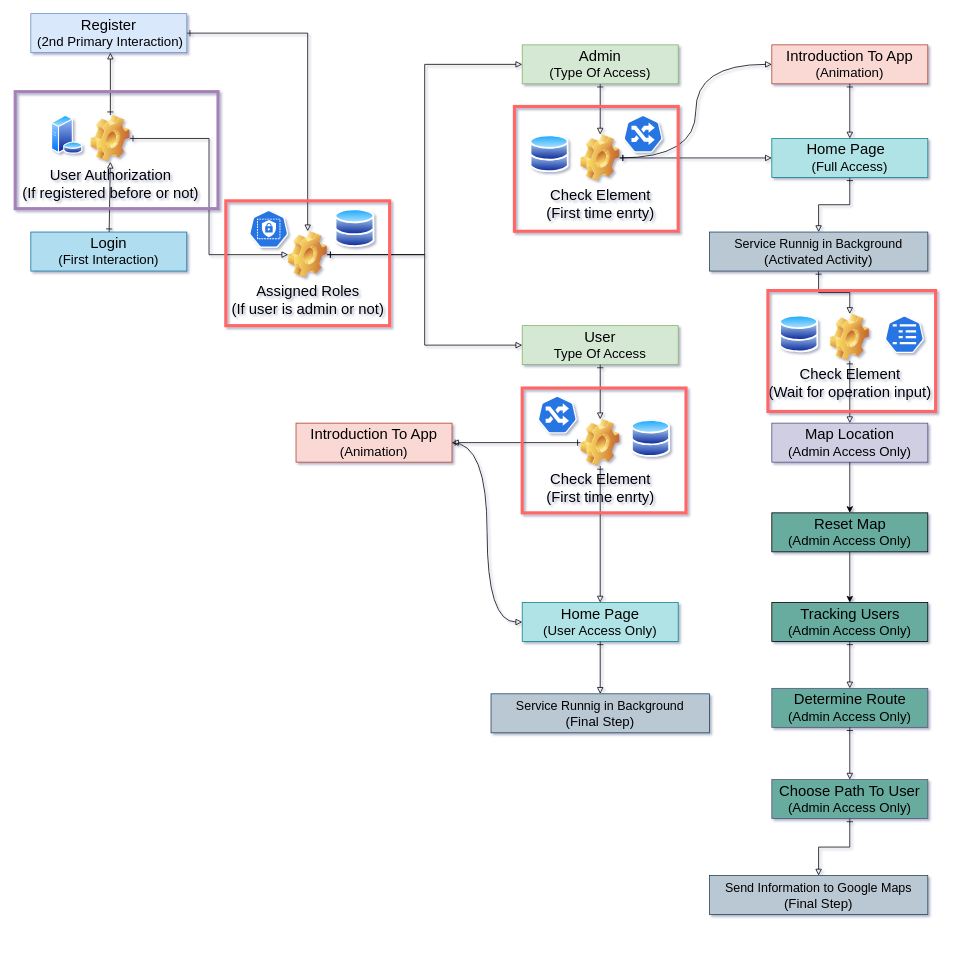
George2G/Diagram_Diploma keeps this draw.io diagram as Untitled Diagram.drawio. Above is the earlier version. Source tidied: cells renumbered, new cells numbered last; positions are measured from the earlier drawing's top-left corner, leaving out a move shared by most shapes. Both pictures are drawn from the tidied source at 78%, with x=0, y=0 at pixel (15, 13).
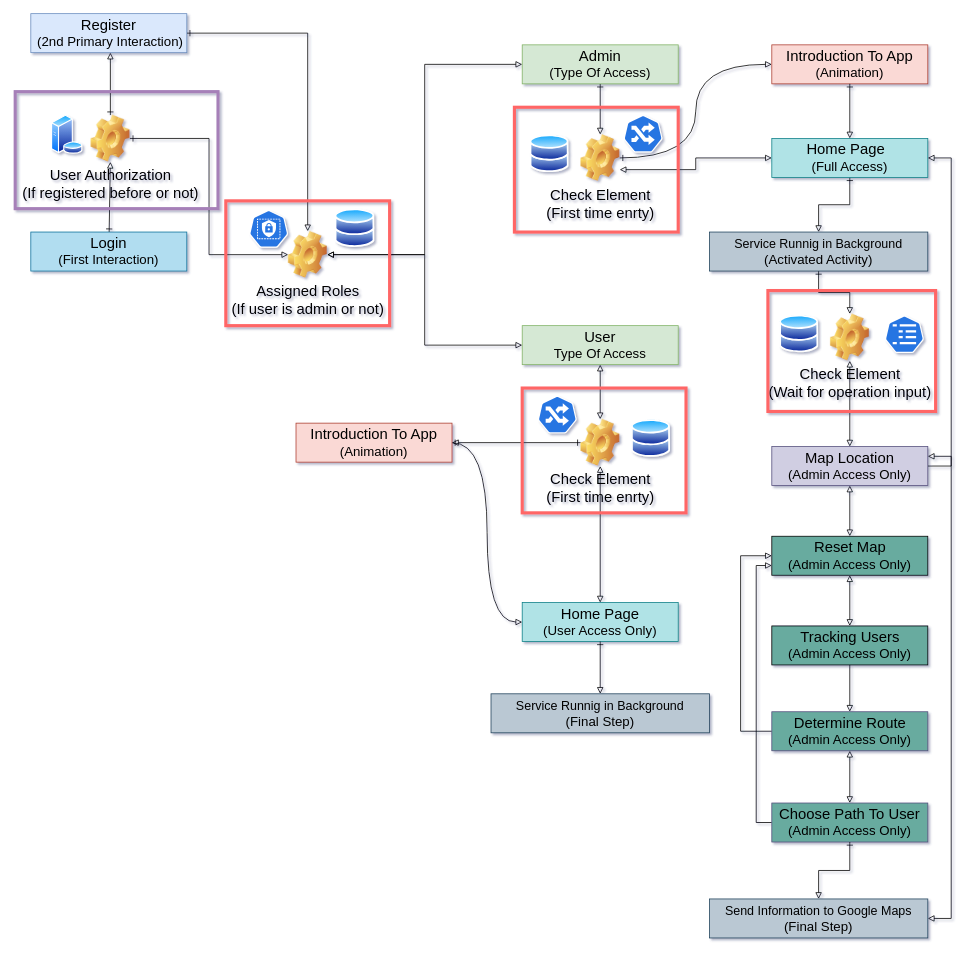
The same diagram, later.

Unchanged cells that the change refers to:
```xml
<mxCell id="14" style="rounded=0;whiteSpace=wrap;html=1;fillColor=#b0e3e6;strokeColor=#0e8088;" parent="1" vertex="1">
  <mxGeometry x="970" y="160" width="200" height="50" as="geometry" />
</mxCell>
<mxCell id="17" style="rounded=0;whiteSpace=wrap;html=1;fillColor=#d5e8d4;strokeColor=#82b366;" parent="1" vertex="1">
  <mxGeometry x="650" y="400" width="200" height="50" as="geometry" />
</mxCell>
<mxCell id="20" value="&lt;font style=&quot;font-size: 17px&quot;&gt;Type Of Access&lt;/font&gt;" style="text;html=1;strokeColor=none;fillColor=none;align=center;verticalAlign=middle;whiteSpace=wrap;rounded=0;fontSize=20;" parent="1" vertex="1">
  <mxGeometry x="670" y="420" width="160" height="30" as="geometry" />
</mxCell>
<mxCell id="22" style="rounded=0;whiteSpace=wrap;html=1;fillColor=#d5e8d4;strokeColor=#82b366;" parent="1" vertex="1">
  <mxGeometry x="650" y="40" width="200" height="50" as="geometry" />
</mxCell>
<mxCell id="27" value="Assigned Roles&lt;br&gt;(If user is admin or not)" style="shape=image;html=1;verticalLabelPosition=bottom;verticalAlign=top;imageAspect=0;image=img/clipart/Gear_128x128.png;fontSize=19;gradientColor=none;" parent="1" vertex="1">
  <mxGeometry x="350" y="279" width="50" height="60" as="geometry" />
</mxCell>
<mxCell id="28" style="rounded=0;whiteSpace=wrap;html=1;fillColor=#b0e3e6;strokeColor=#0e8088;" parent="1" vertex="1">
  <mxGeometry x="650" y="755" width="200" height="50" as="geometry" />
</mxCell>
<mxCell id="37" value="Check Element&lt;br&gt;(Wait for operation input)" style="shape=image;html=1;verticalLabelPosition=bottom;verticalAlign=top;imageAspect=0;image=img/clipart/Gear_128x128.png;fontSize=19;gradientColor=none;" parent="1" vertex="1">
  <mxGeometry x="1045" y="385" width="50" height="60" as="geometry" />
</mxCell>
<mxCell id="62" value="Check Element&lt;br&gt;(First time enrty)" style="shape=image;html=1;verticalLabelPosition=bottom;verticalAlign=top;imageAspect=0;image=img/clipart/Gear_128x128.png;fontSize=19;gradientColor=none;" parent="1" vertex="1">
  <mxGeometry x="725" y="520" width="50" height="60" as="geometry" />
</mxCell>
<mxCell id="69" value="Check Element&lt;br&gt;(First time enrty)" style="shape=image;html=1;verticalLabelPosition=bottom;verticalAlign=top;imageAspect=0;image=img/clipart/Gear_128x128.png;fontSize=19;gradientColor=none;" parent="1" vertex="1">
  <mxGeometry x="725" y="155" width="50" height="60" as="geometry" />
</mxCell>
```

The edit, as a diff of the source:
```diff
@@
+    <mxCell id="92" style="rounded=0;jettySize=auto;html=1;exitX=0;exitY=0.5;exitDx=0;exitDy=0;entryX=1;entryY=0.75;entryDx=0;entryDy=0;startArrow=block;startFill=0;endArrow=block;endFill=0;edgeStyle=orthogonalEdgeStyle;" parent="1" edge="1" source="14" target="69">
+      <mxGeometry relative="1" as="geometry" />
+    </mxCell>
@@
-    <mxCell id="19" style="rounded=0;jettySize=auto;html=1;entryX=0.5;entryY=0;entryDx=0;entryDy=0;fontSize=16;startArrow=ERone;startFill=0;endArrow=block;endFill=0;" parent="1" edge="1" source="20" target="62">
+    <mxCell id="19" style="rounded=0;jettySize=auto;html=1;entryX=0.5;entryY=0;entryDx=0;entryDy=0;fontSize=16;startArrow=block;startFill=0;endArrow=block;endFill=0;" parent="1" edge="1" source="20" target="62">
       <mxGeometry relative="1" as="geometry" />
     </mxCell>
@@
-    <mxCell id="25" style="edgeStyle=orthogonalEdgeStyle;rounded=0;jettySize=auto;html=1;entryX=0;entryY=0.5;entryDx=0;entryDy=0;fontSize=16;startArrow=ERone;startFill=0;endArrow=block;endFill=0;" parent="1" edge="1" source="27" target="22">
+    <mxCell id="25" style="edgeStyle=orthogonalEdgeStyle;rounded=0;jettySize=auto;html=1;entryX=0;entryY=0.5;entryDx=0;entryDy=0;fontSize=16;startArrow=block;startFill=0;endArrow=block;endFill=0;" parent="1" edge="1" source="27" target="22">
       <mxGeometry relative="1" as="geometry" />
     </mxCell>
-    <mxCell id="26" style="edgeStyle=orthogonalEdgeStyle;rounded=0;jettySize=auto;html=1;entryX=0;entryY=0.5;entryDx=0;entryDy=0;fontSize=16;startArrow=ERone;startFill=0;endArrow=block;endFill=0;" parent="1" edge="1" source="27" target="17">
+    <mxCell id="26" style="edgeStyle=orthogonalEdgeStyle;rounded=0;jettySize=auto;html=1;entryX=0;entryY=0.5;entryDx=0;entryDy=0;fontSize=16;startArrow=block;startFill=0;endArrow=block;endFill=0;" parent="1" edge="1" source="27" target="17">
       <mxGeometry relative="1" as="geometry" />
     </mxCell>
@@
+    <mxCell id="93" style="edgeStyle=entityRelationEdgeStyle;rounded=0;jettySize=auto;html=1;startArrow=none;startFill=0;elbow=vertical;endArrow=block;endFill=0;" parent="1" edge="1" source="32" target="14">
+      <mxGeometry relative="1" as="geometry" />
+    </mxCell>
     <mxCell id="32" style="rounded=0;whiteSpace=wrap;html=1;fillColor=#d0cee2;strokeColor=#56517e;" parent="1" vertex="1">
-      <mxGeometry x="970" y="525" width="200" height="50" as="geometry" />
+      <mxGeometry x="970" y="555" width="200" height="50" as="geometry" />
     </mxCell>
     <mxCell id="33" value="&lt;span style=&quot;font-size: 19px&quot;&gt;Map Location&lt;/span&gt;" style="text;html=1;strokeColor=none;fillColor=none;align=center;verticalAlign=middle;whiteSpace=wrap;rounded=0;" parent="1" vertex="1">
-      <mxGeometry x="1005" y="525" width="130" height="30" as="geometry" />
+      <mxGeometry x="1005" y="555" width="130" height="30" as="geometry" />
     </mxCell>
-    <mxCell id="34" style="rounded=0;jettySize=auto;html=1;" parent="1" edge="1" source="35" target="88">
+    <mxCell id="34" style="rounded=0;jettySize=auto;html=1;startArrow=block;startFill=0;endArrow=block;endFill=0;" parent="1" edge="1" source="35" target="88">
       <mxGeometry relative="1" as="geometry" />
     </mxCell>
     <mxCell id="35" value="&lt;font style=&quot;font-size: 17px&quot;&gt;(Admin Access Only)&lt;/font&gt;" style="text;html=1;strokeColor=none;fillColor=none;align=center;verticalAlign=middle;whiteSpace=wrap;rounded=0;fontSize=20;" parent="1" vertex="1">
-      <mxGeometry x="985" y="545" width="170" height="30" as="geometry" />
+      <mxGeometry x="985" y="575" width="170" height="30" as="geometry" />
     </mxCell>
-    <mxCell id="36" style="edgeStyle=none;rounded=0;jettySize=auto;html=1;fontSize=16;startArrow=ERone;startFill=0;endArrow=block;endFill=0;" parent="1" edge="1" source="37" target="32">
+    <mxCell id="36" style="edgeStyle=none;rounded=0;jettySize=auto;html=1;fontSize=16;startArrow=block;startFill=0;endArrow=block;endFill=0;" parent="1" edge="1" source="37" target="32">
       <mxGeometry relative="1" as="geometry" />
     </mxCell>
@@
     <mxCell id="41" style="rounded=0;whiteSpace=wrap;html=1;fillColor=#67AB9F;strokeColor=#000000;gradientColor=none;" parent="1" vertex="1">
-      <mxGeometry x="970" y="755" width="200" height="50" as="geometry" />
+      <mxGeometry x="970" y="785" width="200" height="50" as="geometry" />
     </mxCell>
     <mxCell id="42" value="&lt;span style=&quot;font-size: 19px&quot;&gt;Tracking Users&lt;/span&gt;" style="text;html=1;strokeColor=none;fillColor=none;align=center;verticalAlign=middle;whiteSpace=wrap;rounded=0;" parent="1" vertex="1">
-      <mxGeometry x="997.5" y="755" width="145" height="30" as="geometry" />
+      <mxGeometry x="997.5" y="785" width="145" height="30" as="geometry" />
     </mxCell>
-    <mxCell id="43" style="edgeStyle=none;rounded=0;jettySize=auto;html=1;fontSize=16;startArrow=ERone;startFill=0;endArrow=block;endFill=0;" parent="1" edge="1" source="44" target="45">
+    <mxCell id="43" style="edgeStyle=none;rounded=0;jettySize=auto;html=1;fontSize=16;startArrow=none;startFill=0;endArrow=block;endFill=0;" parent="1" edge="1" source="44" target="45">
       <mxGeometry relative="1" as="geometry" />
     </mxCell>
     <mxCell id="44" value="&lt;font style=&quot;font-size: 17px&quot;&gt;(Admin Access Only)&lt;/font&gt;" style="text;html=1;strokeColor=none;fillColor=none;align=center;verticalAlign=middle;whiteSpace=wrap;rounded=0;fontSize=20;" parent="1" vertex="1">
-      <mxGeometry x="985" y="775" width="170" height="30" as="geometry" />
+      <mxGeometry x="985" y="805" width="170" height="30" as="geometry" />
     </mxCell>
+    <mxCell id="94" style="edgeStyle=elbowEdgeStyle;rounded=0;jettySize=auto;html=1;entryX=0;entryY=0.5;entryDx=0;entryDy=0;startArrow=none;startFill=0;endArrow=block;endFill=0;" parent="1" edge="1" source="45" target="88">
+      <mxGeometry relative="1" as="geometry">
+        <Array as="points">
+          <mxPoint x="930" y="795" />
+        </Array>
+      </mxGeometry>
+    </mxCell>
     <mxCell id="45" style="rounded=0;whiteSpace=wrap;html=1;fillColor=#67AB9F;strokeColor=#56517e;" parent="1" vertex="1">
-      <mxGeometry x="970" y="865" width="200" height="50" as="geometry" />
+      <mxGeometry x="970" y="895" width="200" height="50" as="geometry" />
     </mxCell>
     <mxCell id="46" value="&lt;span style=&quot;font-size: 19px&quot;&gt;Determine Route&lt;/span&gt;" style="text;html=1;strokeColor=none;fillColor=none;align=center;verticalAlign=middle;whiteSpace=wrap;rounded=0;" parent="1" vertex="1">
-      <mxGeometry x="993.8" y="865" width="152.5" height="30" as="geometry" />
+      <mxGeometry x="993.8" y="895" width="152.5" height="30" as="geometry" />
     </mxCell>
-    <mxCell id="47" style="edgeStyle=none;rounded=0;jettySize=auto;html=1;fontSize=16;startArrow=ERone;startFill=0;endArrow=block;endFill=0;" parent="1" edge="1" source="48" target="49">
+    <mxCell id="47" style="edgeStyle=none;rounded=0;jettySize=auto;html=1;fontSize=16;startArrow=block;startFill=0;endArrow=block;endFill=0;" parent="1" edge="1" source="48" target="49">
       <mxGeometry relative="1" as="geometry" />
     </mxCell>
     <mxCell id="48" value="&lt;font style=&quot;font-size: 17px&quot;&gt;(Admin Access Only)&lt;/font&gt;" style="text;html=1;strokeColor=none;fillColor=none;align=center;verticalAlign=middle;whiteSpace=wrap;rounded=0;fontSize=20;" parent="1" vertex="1">
-      <mxGeometry x="985" y="885" width="170" height="30" as="geometry" />
+      <mxGeometry x="985" y="915" width="170" height="30" as="geometry" />
     </mxCell>
+    <mxCell id="95" style="edgeStyle=elbowEdgeStyle;rounded=0;jettySize=auto;html=1;entryX=0;entryY=0.75;entryDx=0;entryDy=0;startArrow=none;startFill=0;endArrow=block;endFill=0;" parent="1" edge="1" source="49" target="88">
+      <mxGeometry relative="1" as="geometry">
+        <Array as="points">
+          <mxPoint x="950" y="870" />
+        </Array>
+      </mxGeometry>
+    </mxCell>
     <mxCell id="49" style="rounded=0;whiteSpace=wrap;html=1;fillColor=#67AB9F;strokeColor=#56517e;" parent="1" vertex="1">
-      <mxGeometry x="970" y="982" width="200" height="50" as="geometry" />
+      <mxGeometry x="970" y="1012" width="200" height="50" as="geometry" />
     </mxCell>
     <mxCell id="50" value="&lt;span style=&quot;font-size: 19px&quot;&gt;Choose Path To User&lt;/span&gt;" style="text;html=1;strokeColor=none;fillColor=none;align=center;verticalAlign=middle;whiteSpace=wrap;rounded=0;" parent="1" vertex="1">
-      <mxGeometry x="975" y="982" width="190" height="30" as="geometry" />
+      <mxGeometry x="975" y="1012" width="190" height="30" as="geometry" />
     </mxCell>
@@
     <mxCell id="52" value="&lt;font style=&quot;font-size: 17px&quot;&gt;(Admin Access Only)&lt;/font&gt;" style="text;html=1;strokeColor=none;fillColor=none;align=center;verticalAlign=middle;whiteSpace=wrap;rounded=0;fontSize=20;" parent="1" vertex="1">
-      <mxGeometry x="985" y="1002" width="170" height="30" as="geometry" />
+      <mxGeometry x="985" y="1032" width="170" height="30" as="geometry" />
     </mxCell>
+    <mxCell id="96" style="edgeStyle=entityRelationEdgeStyle;rounded=0;jettySize=auto;html=1;entryX=1;entryY=0.25;entryDx=0;entryDy=0;elbow=vertical;startArrow=block;startFill=0;endArrow=block;endFill=0;" parent="1" edge="1" source="53" target="32">
+      <mxGeometry relative="1" as="geometry" />
+    </mxCell>
     <mxCell id="53" style="rounded=0;whiteSpace=wrap;html=1;fillColor=#bac8d3;strokeColor=#23445d;" parent="1" vertex="1">
-      <mxGeometry x="890" y="1105" width="280" height="50" as="geometry" />
+      <mxGeometry x="890" y="1135" width="280" height="50" as="geometry" />
     </mxCell>
     <mxCell id="54" value="&lt;font style=&quot;font-size: 16px&quot;&gt;Send Information to Google Maps&lt;/font&gt;" style="text;html=1;strokeColor=none;fillColor=none;align=center;verticalAlign=middle;whiteSpace=wrap;rounded=0;" parent="1" vertex="1">
-      <mxGeometry x="900" y="1105" width="260" height="30" as="geometry" />
+      <mxGeometry x="900" y="1135" width="260" height="30" as="geometry" />
     </mxCell>
     <mxCell id="55" value="&lt;font style=&quot;font-size: 17px&quot;&gt;(Final Step)&lt;/font&gt;" style="text;html=1;strokeColor=none;fillColor=none;align=center;verticalAlign=middle;whiteSpace=wrap;rounded=0;fontSize=20;" parent="1" vertex="1">
-      <mxGeometry x="950" y="1125" width="160" height="30" as="geometry" />
+      <mxGeometry x="950" y="1155" width="160" height="30" as="geometry" />
     </mxCell>
@@
-    <mxCell id="61" style="rounded=0;jettySize=auto;html=1;fontSize=16;startArrow=ERone;startFill=0;endArrow=block;endFill=0;" parent="1" edge="1" source="62" target="28">
+    <mxCell id="61" style="rounded=0;jettySize=auto;html=1;fontSize=16;startArrow=block;startFill=0;endArrow=block;endFill=0;" parent="1" edge="1" source="62" target="28">
       <mxGeometry relative="1" as="geometry" />
     </mxCell>
@@
-    <mxCell id="68" style="edgeStyle=none;rounded=0;jettySize=auto;html=1;fontSize=16;startArrow=ERone;startFill=0;endArrow=block;endFill=0;" parent="1" edge="1" source="69" target="14">
-      <mxGeometry relative="1" as="geometry" />
-    </mxCell>
@@
     <mxCell id="81" style="rounded=0;whiteSpace=wrap;html=1;strokeWidth=4;fillColor=none;strokeColor=#FF6666;" parent="1" vertex="1">
-      <mxGeometry x="640" y="119" width="210" height="160" as="geometry" />
+      <mxGeometry x="640" y="120" width="210" height="160" as="geometry" />
     </mxCell>
@@
     <mxCell id="88" style="rounded=0;whiteSpace=wrap;html=1;fillColor=#67AB9F;strokeColor=#000000;gradientColor=none;" parent="1" vertex="1">
-      <mxGeometry x="970" y="640" width="200" height="50" as="geometry" />
+      <mxGeometry x="970" y="670" width="200" height="50" as="geometry" />
     </mxCell>
     <mxCell id="89" value="&lt;span style=&quot;font-size: 19px&quot;&gt;Reset Map&lt;/span&gt;" style="text;html=1;strokeColor=none;fillColor=none;align=center;verticalAlign=middle;whiteSpace=wrap;rounded=0;" parent="1" vertex="1">
-      <mxGeometry x="997.5" y="640" width="145" height="30" as="geometry" />
+      <mxGeometry x="997.5" y="670" width="145" height="30" as="geometry" />
     </mxCell>
-    <mxCell id="90" style="edgeStyle=none;rounded=0;jettySize=auto;html=1;" parent="1" edge="1" source="91" target="41">
+    <mxCell id="90" style="edgeStyle=none;rounded=0;jettySize=auto;html=1;startArrow=block;startFill=0;endArrow=block;endFill=0;" parent="1" edge="1" source="91" target="41">
       <mxGeometry relative="1" as="geometry" />
     </mxCell>
     <mxCell id="91" value="&lt;font style=&quot;font-size: 17px&quot;&gt;(Admin Access Only)&lt;/font&gt;" style="text;html=1;strokeColor=none;fillColor=none;align=center;verticalAlign=middle;whiteSpace=wrap;rounded=0;fontSize=20;" parent="1" vertex="1">
-      <mxGeometry x="985" y="660" width="170" height="30" as="geometry" />
+      <mxGeometry x="985" y="690" width="170" height="30" as="geometry" />
     </mxCell>
```
